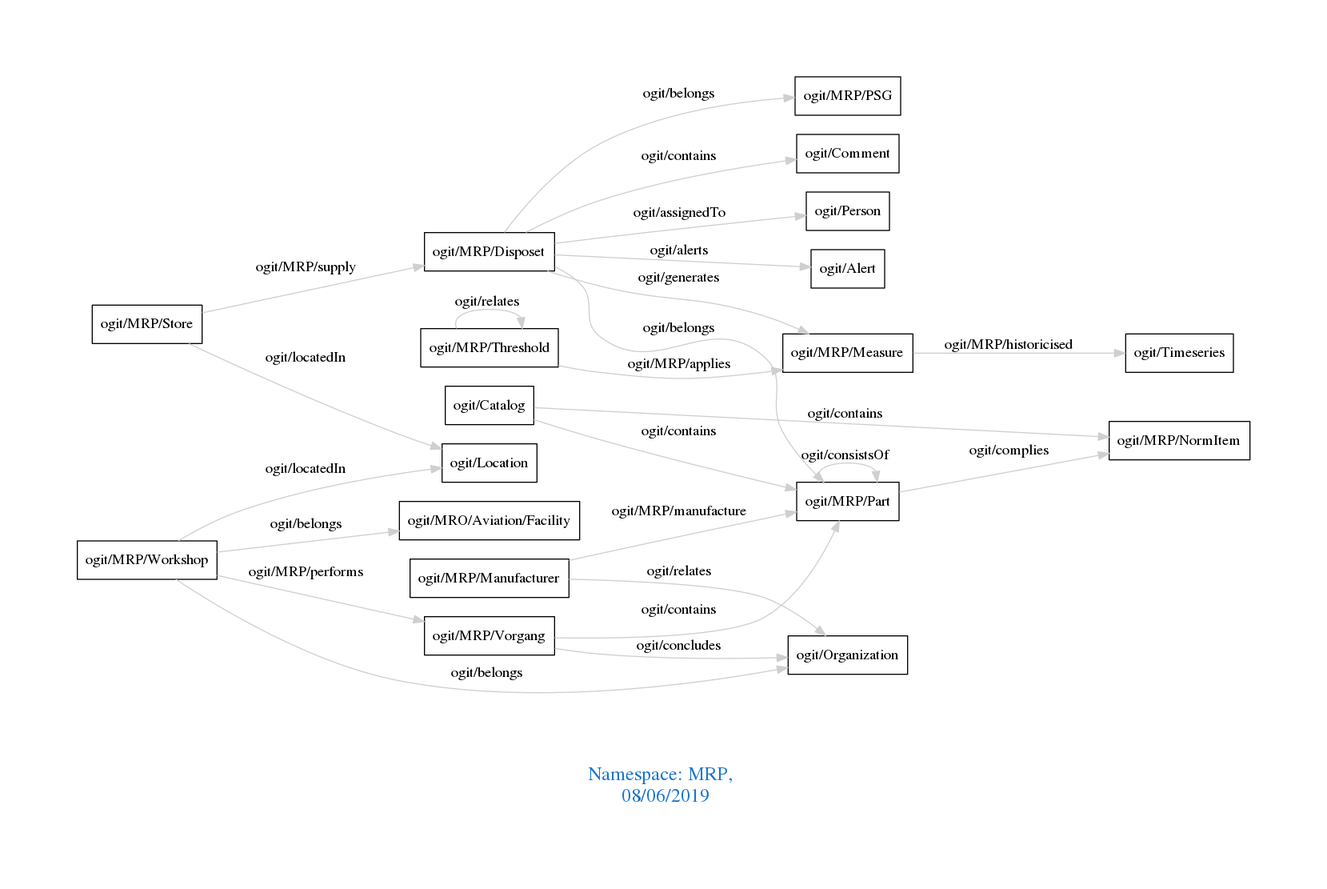
The Graphviz diagram downloads/MRP.png in arago/OGIT, before a commit. Its source is kept beside it as downloads/MRP.dot.
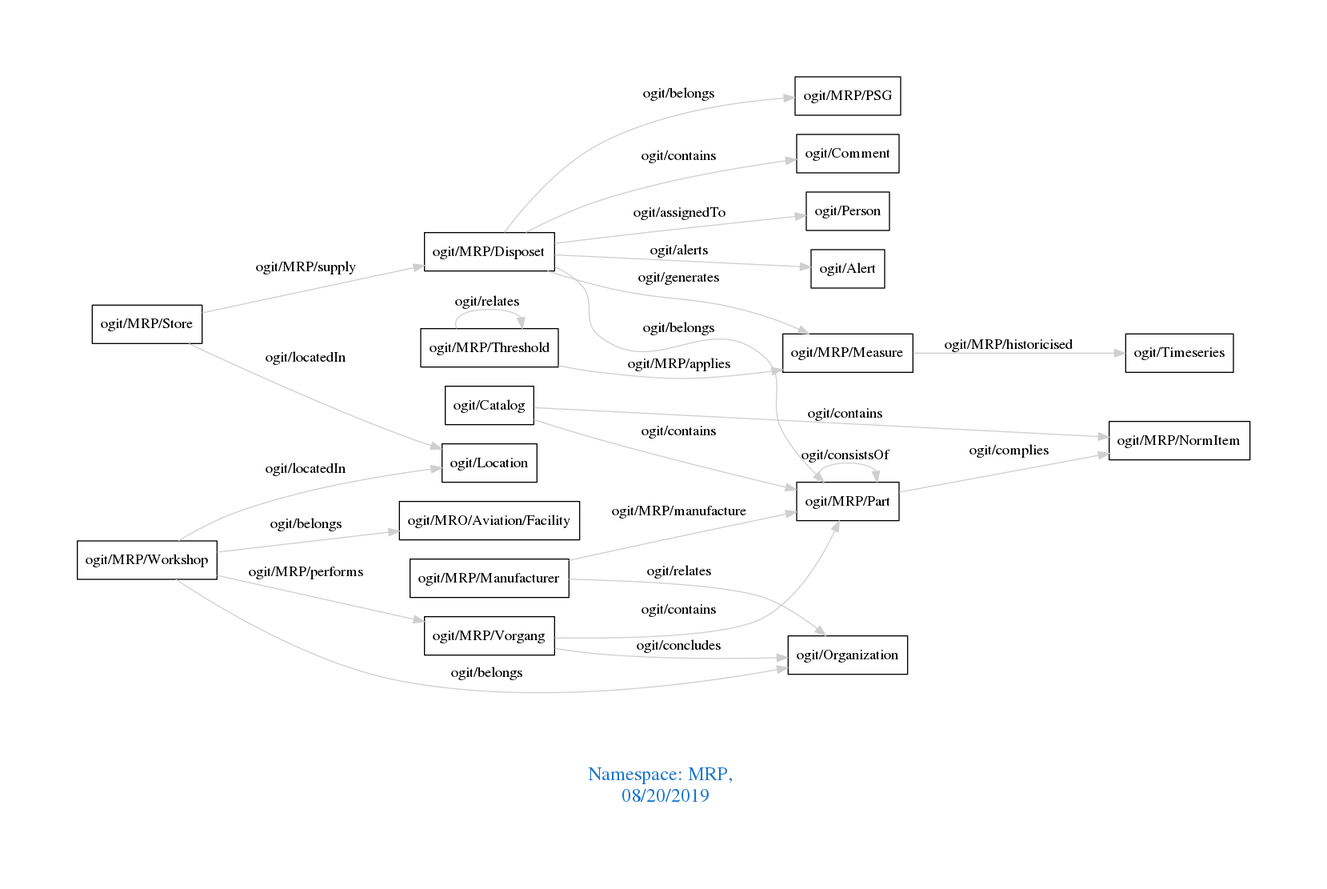
The same diagram one commit later.

What changed in the source:
```diff
@@ -1,7 +1,7 @@
 digraph OGIT_ontology {
  graph [ rankdir= LR,pad=1
 fontsize = 18,
-fontcolor= dodgerblue3,label = "\n\n\nNamespace: MRP, \n 08/06/2019"];
+fontcolor= dodgerblue3,label = "\n\n\nNamespace: MRP, \n 08/20/2019"];
 node[shape=polygon];
 edge [  color="gray81"];
 
```
